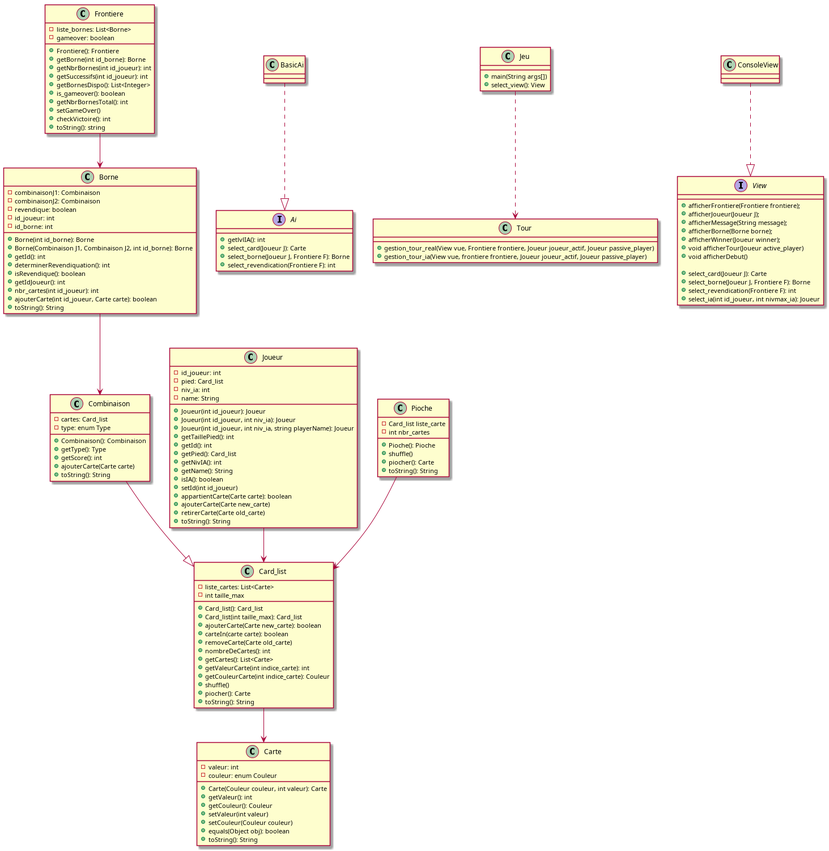
Above: src/diagrams/all.png in Pagatok/pg220 (PlantUML), before the change.
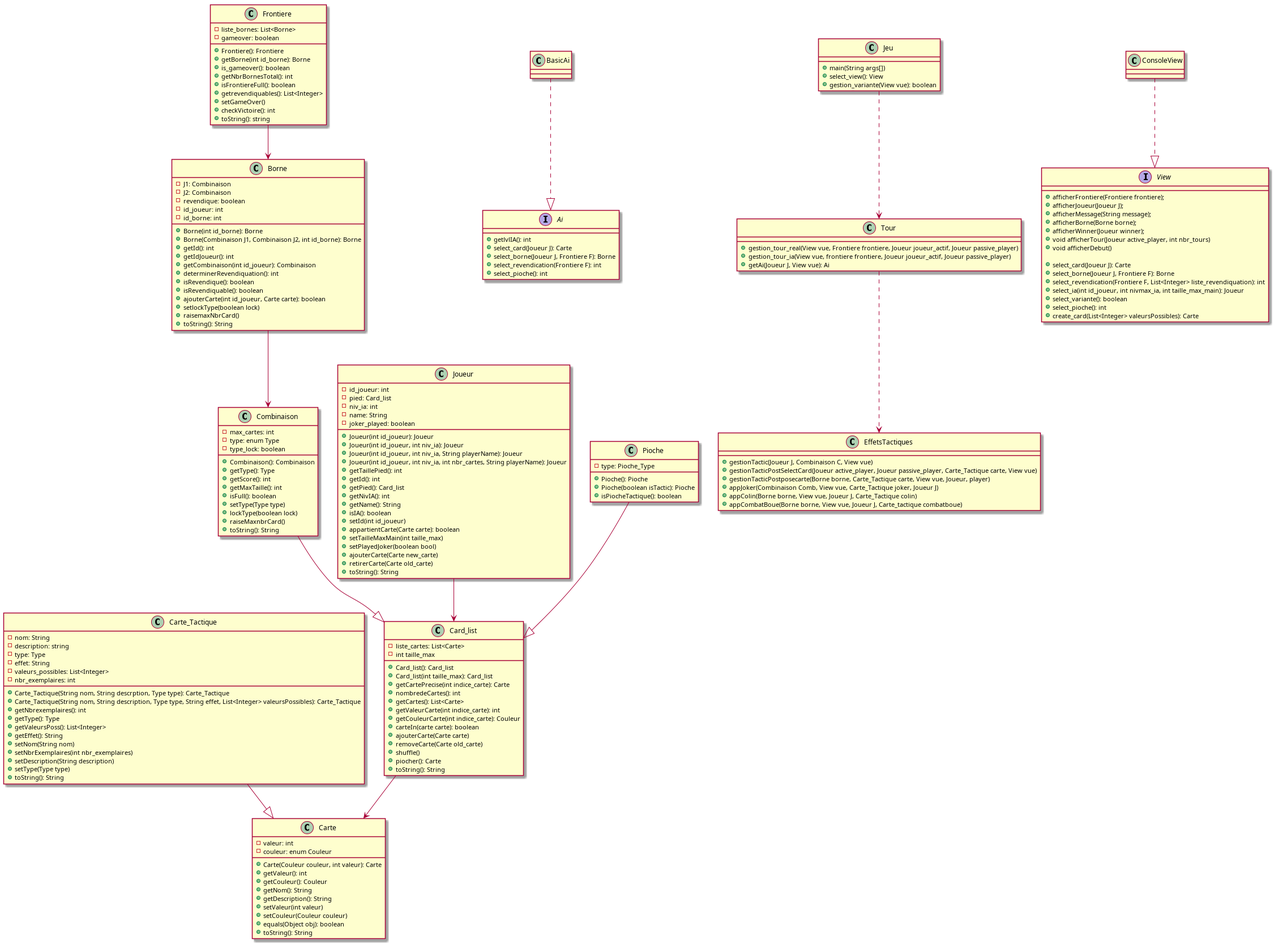
Later version of the same file.

Diff of the diagram source:
```diff
@@ -3,115 +3,146 @@
 class Carte{
     - valeur: int
     - couleur: enum Couleur
-    + Carte(Couleur couleur, int valeur): Carte
-    + getValeur(): int
-    + getCouleur(): Couleur
-    + setValeur(int valeur)
-    + setCouleur(Couleur couleur)
-    + equals(Object obj): boolean
-    + toString(): String
+	+ Carte(Couleur couleur, int valeur): Carte
+	+ getValeur(): int
+	+ getCouleur(): Couleur
+	+ getNom(): String
+	+ getDescription(): String
+	+ setValeur(int valeur)
+	+ setCouleur(Couleur couleur)
+	+ equals(Object obj): boolean
+	+ toString(): String
+}
+
+class Carte_Tactique{
+	- nom: String
+	- description: string
+	- type: Type
+	- effet: String
+	- valeurs_possibles: List<Integer>
+	- nbr_exemplaires: int
+	+ Carte_Tactique(String nom, String descrption, Type type): Carte_Tactique
+	+ Carte_Tactique(String nom, String description, Type type, String effet, List<Integer> valeursPossibles): Carte_Tactique
+	+ getNbrexemplaires(): int
+	+ getType(): Type
+	+ getValeursPoss(): List<Integer>
+	+ getEffet(): String
+	+ setNom(String nom)
+	+ setNbrExemplaires(int nbr_exemplaires)
+	+ setDescription(String description)
+	+ setType(Type type)
+	+ toString(): String
 }
 
 class Combinaison{
-    - cartes: Card_list
-    - type: enum Type
-
-    + Combinaison(): Combinaison
-    + getType(): Type
-    + getScore(): int
-    + ajouterCarte(Carte carte)
-    + toString(): String
+	- max_cartes: int
+	- type: enum Type
+	- type_lock: boolean
+	+ Combinaison(): Combinaison
+        + getType(): Type
+        + getScore(): int
+	+ getMaxTaille(): int
+	+ isFull(): boolean
+	+ setType(Type type)
+	+ lockType(boolean lock)
+	+ raiseMaxnbrCard()
+	+ toString(): String
 }
 
 
 class Joueur{
-    - id_joueur: int
-    - pied: Card_list
-    - niv_ia: int
-    - name: String
-    + Joueur(int id_joueur): Joueur
-    + Joueur(int id_joueur, int niv_ia): Joueur
-    + Joueur(int id_joueur, int niv_ia, string playerName): Joueur
-    + getTaillePied(): int
-    + getId(): int
-    + getPied(): Card_list
-    + getNivIA(): int
-    + getName(): String
-    + isIA(): boolean
-    + setId(int id_joueur)
-    + appartientCarte(Carte carte): boolean
-    + ajouterCarte(Carte new_carte)
-    + retirerCarte(Carte old_carte)
-    + toString(): String
+        - id_joueur: int
+        - pied: Card_list
+        - niv_ia: int
+        - name: String
+	- joker_played: boolean
+        + Joueur(int id_joueur): Joueur
+        + Joueur(int id_joueur, int niv_ia): Joueur
+        + Joueur(int id_joueur, int niv_ia, String playerName): Joueur
+	+ Joueur(int id_joueur, int niv_ia, int nbr_cartes, String playerName): Joueur
+        + getTaillePied(): int
+        + getId(): int
+        + getPied(): Card_list
+        + getNivIA(): int
+        + getName(): String
+        + isIA(): boolean
+        + setId(int id_joueur)
+        + appartientCarte(Carte carte): boolean
+	+ setTailleMaxMain(int taille_max)
+	+ setPlayedJoker(boolean bool)
+        + ajouterCarte(Carte new_carte)
+        + retirerCarte(Carte old_carte)
+        + toString(): String
 }
 
 
 class Card_list{
     - liste_cartes: List<Carte>
     - int taille_max
-    + Card_list(): Card_list
-    + Card_list(int taille_max): Card_list
-    + ajouterCarte(Carte new_carte): boolean
-    + carteIn(carte carte): boolean
-    + removeCarte(Carte old_carte)
-    + nombreDeCartes(): int
-    + getCartes(): List<Carte>
-    + getValeurCarte(int indice_carte): int
-    + getCouleurCarte(int indice_carte): Couleur
-    + shuffle()
-    + piocher(): Carte
-    + toString(): String
+	+ Card_list(): Card_list
+	+ Card_list(int taille_max): Card_list
+	+ getCartePrecise(int indice_carte): Carte
+	+ nombredeCartes(): int
+	+ getCartes(): List<Carte>
+	+ getValeurCarte(int indice_carte): int
+	+ getCouleurCarte(int indice_carte): Couleur
+	+ carteIn(carte carte): boolean
+	+ ajouterCarte(Carte carte)
+	+ removeCarte(Carte old_carte)
+	+ shuffle()
+	+ piocher(): Carte
+	+ toString(): String
 }
 
 class Borne{
-    - combinaisonJ1: Combinaison
-    - combinaisonJ2: Combinaison
-    - revendique: boolean
-    - id_joueur: int
-    - id_borne: int
-    + Borne(int id_borne): Borne
-    + Borne(Combinaison J1, Combinaison J2, int id_borne): Borne
-    + getId(): int
-    + determinerRevendiquation(): int
-    + isRevendique(): boolean
-    + getIdJoueur(): int
-    + nbr_cartes(int id_joueur): int
-    + ajouterCarte(int id_joueur, Carte carte): boolean
-    + toString(): String
+        - J1: Combinaison
+        - J2: Combinaison
+        - revendique: boolean
+        - id_joueur: int
+        - id_borne: int
+        + Borne(int id_borne): Borne
+        + Borne(Combinaison J1, Combinaison J2, int id_borne): Borne
+	+ getId(): int
+	+ getIdJoueur(): int
+	+ getCombinaison(int id_joueur): Combinaison
+        + determinerRevendiquation(): int
+        + isRevendique(): boolean
+	+ isRevendiquable(): boolean
+	+ ajouterCarte(int id_joueur, Carte carte): boolean
+	+ setlockType(boolean lock)
+	+ raisemaxNbrCard()
+        + toString(): String
 }
 
 class Frontiere{
-    - liste_bornes: List<Borne>
-    - gameover: boolean
-    + Frontiere(): Frontiere
-    + getBorne(int id_borne): Borne
-    + getNbrBornes(int id_joueur): int
-    + getSuccessifs(int id_joueur): int
-    + getBornesDispo(): List<Integer>
-    + is_gameover(): boolean
-    + getNbrBornesTotal(): int
-    + setGameOver()
-    + checkVictoire(): int
-    + toString(): string
+        - liste_bornes: List<Borne>
+        - gameover: boolean
+        + Frontiere(): Frontiere
+        + getBorne(int id_borne): Borne
+        + is_gameover(): boolean
+        + getNbrBornesTotal(): int
+	+ isFrontiereFull(): boolean
+	+ getrevendiquables(): List<Integer>
+        + setGameOver()
+        + checkVictoire(): int
+        + toString(): string
 }
 
 
 class Pioche{
-    - Card_list liste_carte
-    - int nbr_cartes
-    + Pioche(): Pioche
-    + shuffle()
-    + piocher(): Carte
-    + toString(): String
-
+	- type: Pioche_Type
+        + Pioche(): Pioche
+	+ Pioche(boolean isTactic): Pioche
+	+ isPiocheTactique(): boolean
 }
 
+Carte_Tactique --|> Carte
 Combinaison --|> Card_list
 Joueur --> Card_list
 Card_list --> Carte
 Borne --> Combinaison
 Frontiere --> Borne
-Pioche --> Card_list
+Pioche --|> Card_list
 
 
 
@@ -120,6 +151,7 @@
 	+ select_card(Joueur J): Carte
 	+ select_borne(Joueur J, Frontiere F): Borne
 	+ select_revendication(Frontiere F): int
+	+ select_pioche(): int
 }
 
 class BasicAi{
@@ -129,31 +161,46 @@
 
 
 class Jeu{
-    + main(String args[])
-    + select_view(): View
+	+ main(String args[])
+	+ select_view(): View
+	+ gestion_variante(View vue): boolean
 }
 
 class Tour{
-    + gestion_tour_real(View vue, Frontiere frontiere, Joueur joueur_actif, Joueur passive_player)
-    + gestion_tour_ia(View vue, frontiere frontiere, Joueur joueur_actif, Joueur passive_player)
+	+ gestion_tour_real(View vue, Frontiere frontiere, Joueur joueur_actif, Joueur passive_player)
+	+ gestion_tour_ia(View vue, frontiere frontiere, Joueur joueur_actif, Joueur passive_player)
+	+ getAi(Joueur J, View vue): Ai
+}
+
+class EffetsTactiques{
+	+ gestionTactic(Joueur J, Combinaison C, View vue)
+	+ gestionTacticPostSelectCard(Joueur active_player, Joueur passive_player, Carte_Tactique carte, View vue)
+	+ gestionTacticPostposecarte(Borne borne, Carte_Tactique carte, View vue, Joueur, player)
+	+ appJoker(Combinaison Comb, View vue, Carte_Tactique joker, Joueur J)
+	+ appColin(Borne borne, View vue, Joueur J, Carte_Tactique colin)
+	+ appCombatBoue(Borne borne, View vue, Joueur J, Carte_tactique combatboue)
 }
 
 Jeu ..> Tour
+Tour ..> EffetsTactiques
 
 
 interface View{
-    + afficherFrontiere(Frontiere frontiere);
-    + afficherJoueur(Joueur J);
-    + afficherMessage(String message);
-    + afficherBorne(Borne borne);
-    + afficherWinner(Joueur winner);
-    + void afficherTour(Joueur active_player)
-    + void afficherDebut()
+        + afficherFrontiere(Frontiere frontiere);
+        + afficherJoueur(Joueur J);
+        + afficherMessage(String message);
+        + afficherBorne(Borne borne);
+        + afficherWinner(Joueur winner);
+        + void afficherTour(Joueur active_player, int nbr_tours)
+        + void afficherDebut()
 
-    + select_card(Joueur J): Carte
-    + select_borne(Joueur J, Frontiere F): Borne
-    + select_revendication(Frontiere F): int
-    + select_ia(int id_joueur, int nivmax_ia): Joueur
+        + select_card(Joueur J): Carte
+        + select_borne(Joueur J, Frontiere F): Borne
+        + select_revendication(Frontiere F, List<Integer> liste_revendiquation): int
+        + select_ia(int id_joueur, int nivmax_ia, int taille_max_main): Joueur
+	+ select_variante(): boolean
+	+ select_pioche(): int
+	+ create_card(List<Integer> valeursPossibles): Carte
 }
 
 class ConsoleView{
```
